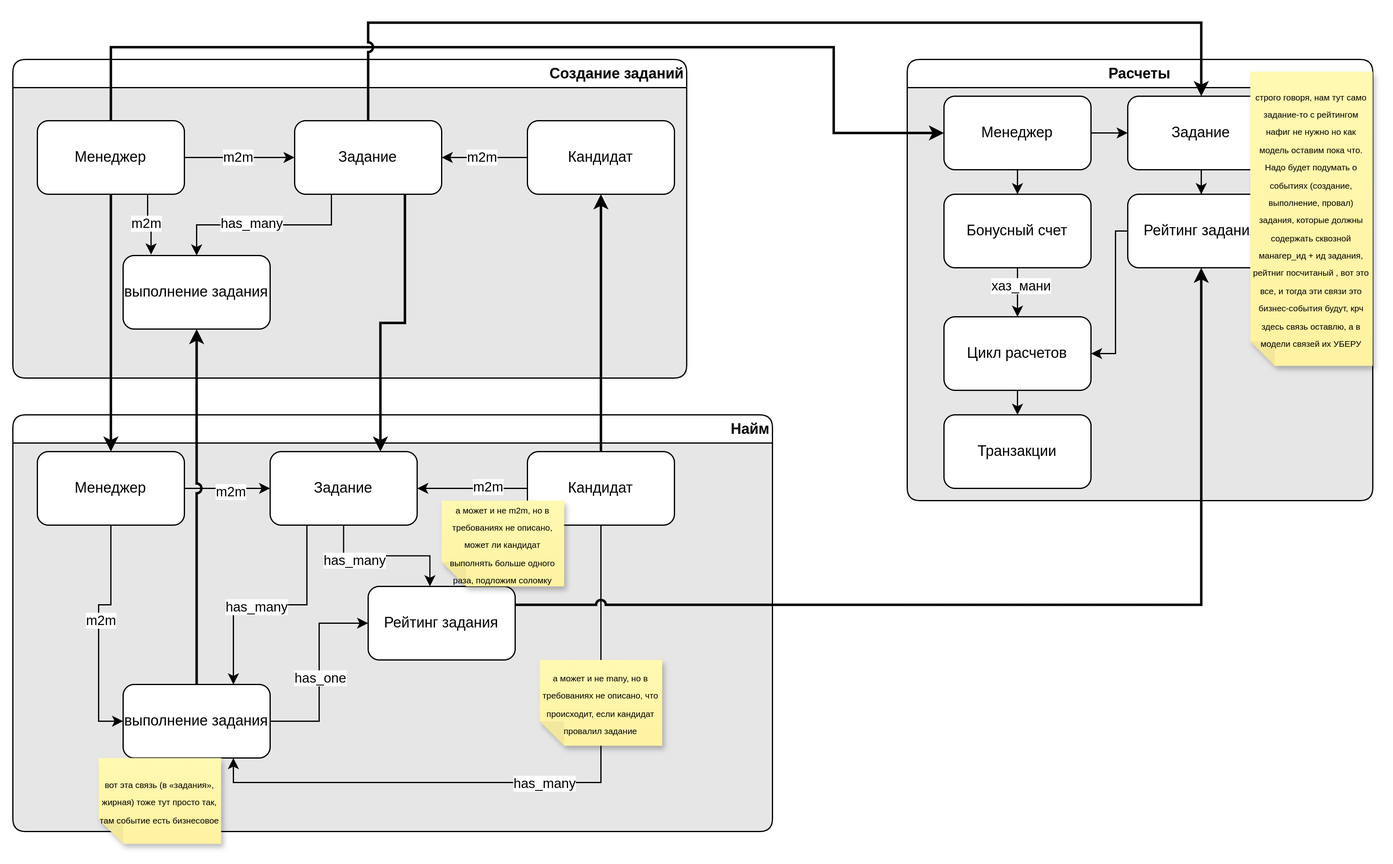
Above: 2/assets/conceptual.drawio.png in teddybear/course_system_communications (draw.io), before the change. Source tidied: cells renumbered, new cells last; positions are measured from the earlier drawing's top-left corner, leaving out a move shared by most shapes.
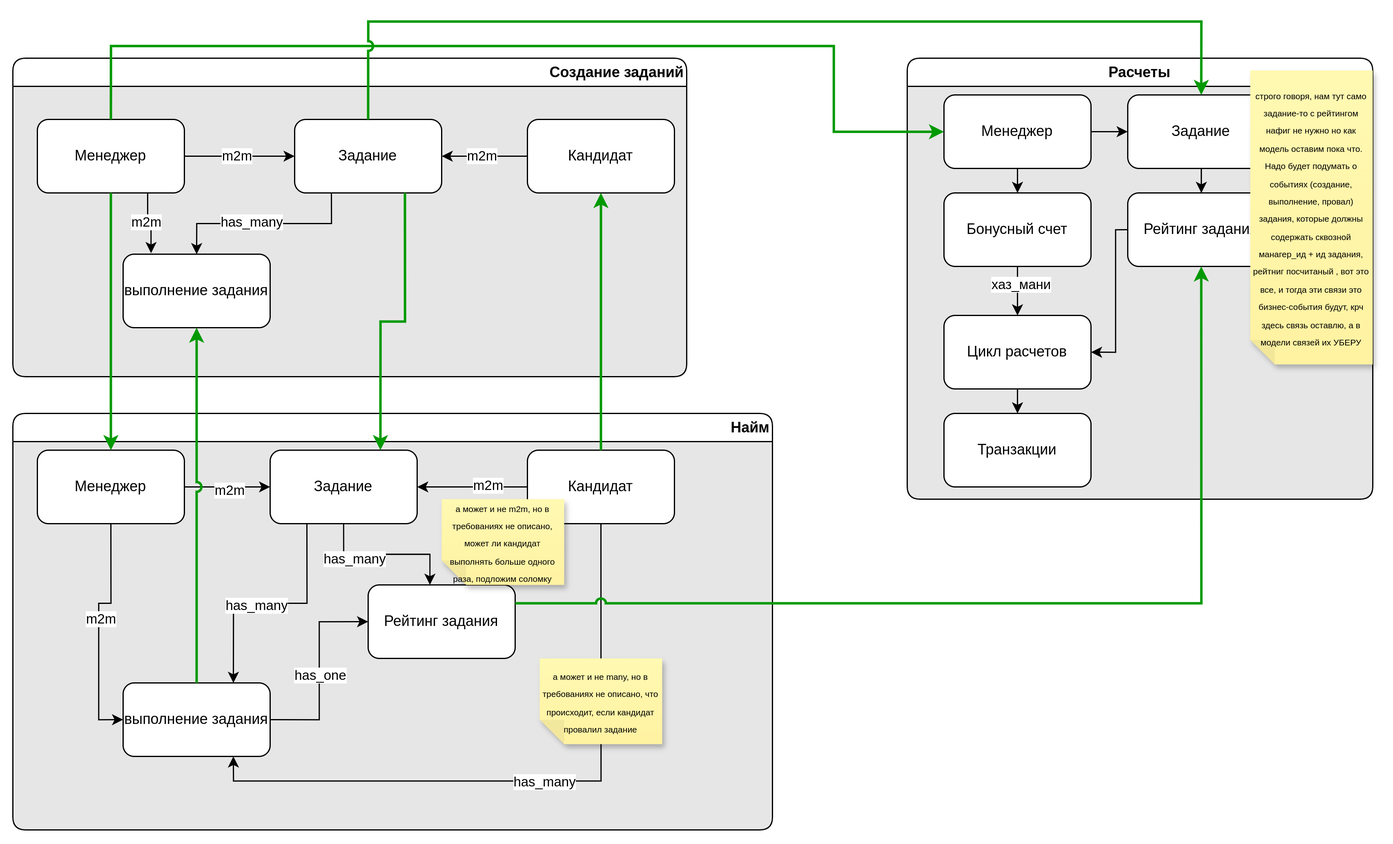
After the change.

Commit message:
Second homework

The edit, as a diff of the source:
```diff
@@ -58,24 +58,24 @@
     <mxCell id="18" style="edgeStyle=orthogonalEdgeStyle;rounded=0;jettySize=auto;html=1;" parent="17" edge="1" source="27" target="25">
       <mxGeometry relative="1" as="geometry" />
     </mxCell>
-    <mxCell id="19" value="m2m" style="edgeLabel;html=1;align=center;verticalAlign=middle;" parent="18" vertex="1">
-      <mxGeometry x="0.09" y="-1" relative="1" as="geometry" />
-    </mxCell>
+    <mxCell id="60" value="m2m" style="edgeLabel;html=1;align=center;verticalAlign=middle;" parent="18" vertex="1">
+      <mxGeometry x="0.09" y="-1" relative="1" as="geometry" />
+    </mxCell>
     <mxCell id="20" style="edgeStyle=orthogonalEdgeStyle;rounded=0;jettySize=auto;html=1;exitX=1;exitY=0.5;exitDx=0;exitDy=0;" parent="17" edge="1" source="22" target="25">
       <mxGeometry relative="1" as="geometry" />
     </mxCell>
-    <mxCell id="21" value="m2m" style="edgeLabel;html=1;align=center;verticalAlign=middle;" parent="20" vertex="1">
-      <mxGeometry x="-0.05" y="1" relative="1" as="geometry" />
-    </mxCell>
+    <mxCell id="61" value="m2m" style="edgeLabel;html=1;align=center;verticalAlign=middle;" parent="20" vertex="1">
+      <mxGeometry x="-0.05" y="1" relative="1" as="geometry" />
+    </mxCell>
     <mxCell id="22" value="Менеджер" style="rounded=1;whiteSpace=wrap;html=1;" parent="17" vertex="1">
       <mxGeometry x="20" y="50" width="120" height="60" as="geometry" />
     </mxCell>
     <mxCell id="23" style="edgeStyle=orthogonalEdgeStyle;rounded=0;jettySize=auto;html=1;exitX=0.25;exitY=1;exitDx=0;exitDy=0;entryX=0.5;entryY=0;entryDx=0;entryDy=0;" parent="17" edge="1" source="25" target="26">
       <mxGeometry relative="1" as="geometry" />
     </mxCell>
-    <mxCell id="24" value="has_many" style="edgeLabel;html=1;align=center;verticalAlign=middle;" parent="23" vertex="1">
-      <mxGeometry x="0.13" y="-2" relative="1" as="geometry" />
-    </mxCell>
+    <mxCell id="62" value="has_many" style="edgeLabel;html=1;align=center;verticalAlign=middle;" parent="23" vertex="1">
+      <mxGeometry x="0.13" y="-2" relative="1" as="geometry" />
+    </mxCell>
     <mxCell id="25" value="Задание" style="rounded=1;whiteSpace=wrap;html=1;" parent="17" vertex="1">
       <mxGeometry x="230" y="50" width="120" height="60" as="geometry" />
     </mxCell>
@@ -88,39 +88,39 @@
     <mxCell id="28" style="edgeStyle=orthogonalEdgeStyle;rounded=0;jettySize=auto;html=1;exitX=0.75;exitY=1;exitDx=0;exitDy=0;entryX=0.19;entryY=-0.014;entryDx=0;entryDy=0;entryPerimeter=0;" parent="17" edge="1" source="22" target="26">
       <mxGeometry relative="1" as="geometry" />
     </mxCell>
-    <mxCell id="29" value="m2m" style="edgeLabel;html=1;align=center;verticalAlign=middle;" parent="28" vertex="1">
-      <mxGeometry x="-0.1" y="-2" relative="1" as="geometry" />
-    </mxCell>
+    <mxCell id="63" value="m2m" style="edgeLabel;html=1;align=center;verticalAlign=middle;" parent="28" vertex="1">
+      <mxGeometry x="-0.1" y="-2" relative="1" as="geometry" />
+    </mxCell>
     <mxCell id="30" value="Найм" style="swimlane;whiteSpace=wrap;html=1;align=right;swimlaneLine=1;rounded=1;perimeterSpacing=0;fillColor=#FFFFFF;swimlaneFillColor=#E6E6E6;" parent="1" vertex="1">
       <mxGeometry y="320" width="620" height="340" as="geometry" />
     </mxCell>
     <mxCell id="31" style="edgeStyle=orthogonalEdgeStyle;rounded=0;jettySize=auto;html=1;exitX=1;exitY=0.5;exitDx=0;exitDy=0;entryX=0;entryY=0.5;entryDx=0;entryDy=0;" parent="30" edge="1" source="35" target="40">
       <mxGeometry relative="1" as="geometry" />
     </mxCell>
-    <mxCell id="32" value="m2m" style="edgeLabel;html=1;align=center;verticalAlign=middle;" parent="31" vertex="1">
-      <mxGeometry x="0.06" y="-2" relative="1" as="geometry" />
-    </mxCell>
+    <mxCell id="64" value="m2m" style="edgeLabel;html=1;align=center;verticalAlign=middle;" parent="31" vertex="1">
+      <mxGeometry x="0.06" y="-2" relative="1" as="geometry" />
+    </mxCell>
     <mxCell id="33" style="edgeStyle=orthogonalEdgeStyle;rounded=0;jettySize=auto;html=1;exitX=0.5;exitY=1;exitDx=0;exitDy=0;entryX=0;entryY=0.5;entryDx=0;entryDy=0;" parent="30" edge="1" source="35" target="44">
       <mxGeometry relative="1" as="geometry" />
     </mxCell>
-    <mxCell id="34" value="m2m" style="edgeLabel;html=1;align=center;verticalAlign=middle;" parent="33" vertex="1">
-      <mxGeometry x="-0.08" y="1" relative="1" as="geometry" />
-    </mxCell>
+    <mxCell id="65" value="m2m" style="edgeLabel;html=1;align=center;verticalAlign=middle;" parent="33" vertex="1">
+      <mxGeometry x="-0.08" y="1" relative="1" as="geometry" />
+    </mxCell>
     <mxCell id="35" value="Менеджер" style="rounded=1;whiteSpace=wrap;html=1;" parent="30" vertex="1">
       <mxGeometry x="20" y="30" width="120" height="60" as="geometry" />
     </mxCell>
     <mxCell id="36" style="edgeStyle=orthogonalEdgeStyle;rounded=0;jettySize=auto;html=1;exitX=0.25;exitY=1;exitDx=0;exitDy=0;entryX=0.75;entryY=0;entryDx=0;entryDy=0;" parent="30" edge="1" source="40" target="44">
       <mxGeometry relative="1" as="geometry" />
     </mxCell>
-    <mxCell id="37" value="has_many" style="edgeLabel;html=1;align=center;verticalAlign=middle;" parent="36" vertex="1">
-      <mxGeometry x="0.12" y="1" relative="1" as="geometry" />
-    </mxCell>
+    <mxCell id="66" value="has_many" style="edgeLabel;html=1;align=center;verticalAlign=middle;" parent="36" vertex="1">
+      <mxGeometry x="0.12" y="1" relative="1" as="geometry" />
+    </mxCell>
     <mxCell id="38" style="edgeStyle=orthogonalEdgeStyle;rounded=0;jettySize=auto;html=1;exitX=0.5;exitY=1;exitDx=0;exitDy=0;entryX=0.42;entryY=-0.002;entryDx=0;entryDy=0;entryPerimeter=0;" parent="30" edge="1" source="40" target="41">
       <mxGeometry relative="1" as="geometry" />
     </mxCell>
-    <mxCell id="39" value="has_many" style="edgeLabel;html=1;align=center;verticalAlign=middle;" parent="38" vertex="1">
-      <mxGeometry x="-0.45" y="-3" relative="1" as="geometry" />
-    </mxCell>
+    <mxCell id="67" value="has_many" style="edgeLabel;html=1;align=center;verticalAlign=middle;" parent="38" vertex="1">
+      <mxGeometry x="-0.45" y="-3" relative="1" as="geometry" />
+    </mxCell>
     <mxCell id="40" value="Задание" style="rounded=1;whiteSpace=wrap;html=1;" parent="30" vertex="1">
       <mxGeometry x="210" y="30" width="120" height="60" as="geometry" />
     </mxCell>
@@ -139,9 +139,9 @@
     <mxCell id="45" style="edgeStyle=orthogonalEdgeStyle;rounded=0;jettySize=auto;html=1;exitX=0;exitY=0.5;exitDx=0;exitDy=0;entryX=1;entryY=0.5;entryDx=0;entryDy=0;" parent="30" edge="1" source="47" target="40">
       <mxGeometry relative="1" as="geometry" />
     </mxCell>
-    <mxCell id="46" value="m2m" style="edgeLabel;html=1;align=center;verticalAlign=middle;" parent="45" vertex="1">
-      <mxGeometry x="-0.27" y="-2" relative="1" as="geometry" />
-    </mxCell>
+    <mxCell id="68" value="m2m" style="edgeLabel;html=1;align=center;verticalAlign=middle;" parent="45" vertex="1">
+      <mxGeometry x="-0.27" y="-2" relative="1" as="geometry" />
+    </mxCell>
     <mxCell id="47" value="Кандидат" style="rounded=1;whiteSpace=wrap;html=1;" parent="30" vertex="1">
       <mxGeometry x="420" y="30" width="120" height="60" as="geometry" />
     </mxCell>
@@ -153,31 +153,28 @@
         </Array>
       </mxGeometry>
     </mxCell>
-    <mxCell id="49" value="has_many" style="edgeLabel;html=1;align=center;verticalAlign=middle;" parent="48" vertex="1">
-      <mxGeometry x="-0.03" relative="1" as="geometry" />
-    </mxCell>
+    <mxCell id="69" value="has_many" style="edgeLabel;html=1;align=center;verticalAlign=middle;" parent="48" vertex="1">
+      <mxGeometry x="-0.03" relative="1" as="geometry" />
+    </mxCell>
     <mxCell id="50" value="&lt;span style=&quot;font-size: 7px;&quot;&gt;а может и не many, но в требованиях не описано, что происходит, если кандидат провалил задание&lt;/span&gt;" style="shape=note;whiteSpace=wrap;html=1;backgroundOutline=1;fontColor=#000000;darkOpacity=0.05;fillColor=#FFF9B2;strokeColor=none;fillStyle=solid;direction=west;gradientDirection=north;gradientColor=#FFF2A1;shadow=1;size=20;" parent="30" vertex="1">
       <mxGeometry x="430" y="200" width="100" height="70" as="geometry" />
     </mxCell>
     <mxCell id="51" value="&lt;span style=&quot;font-size: 7px;&quot;&gt;а может и не m2m, но в требованиях не описано, может ли кандидат выполнять больше одного раза, подложим соломку&lt;/span&gt;" style="shape=note;whiteSpace=wrap;html=1;backgroundOutline=1;fontColor=#000000;darkOpacity=0.05;fillColor=#FFF9B2;strokeColor=none;fillStyle=solid;direction=west;gradientDirection=north;gradientColor=#FFF2A1;shadow=1;size=20;" parent="30" vertex="1">
       <mxGeometry x="350" y="70" width="100" height="70" as="geometry" />
     </mxCell>
-    <mxCell id="52" value="&lt;span style=&quot;font-size: 7px;&quot;&gt;вот эта связь (в «задания», жирная) тоже тут просто так, там событие есть бизнесовое&lt;/span&gt;" style="shape=note;whiteSpace=wrap;html=1;backgroundOutline=1;fontColor=#000000;darkOpacity=0.05;fillColor=#FFF9B2;strokeColor=none;fillStyle=solid;direction=west;gradientDirection=north;gradientColor=#FFF2A1;shadow=1;size=20;" parent="30" vertex="1">
-      <mxGeometry x="70" y="280" width="100" height="70" as="geometry" />
-    </mxCell>
-    <mxCell id="53" style="edgeStyle=orthogonalEdgeStyle;rounded=0;jettySize=auto;html=1;exitX=0.5;exitY=1;exitDx=0;exitDy=0;strokeWidth=2;jumpStyle=arc;" parent="1" edge="1" source="22" target="35">
+    <mxCell id="53" style="edgeStyle=orthogonalEdgeStyle;rounded=0;jettySize=auto;html=1;exitX=0.5;exitY=1;exitDx=0;exitDy=0;strokeWidth=2;jumpStyle=arc;strokeColor=#009900;" parent="1" edge="1" source="22" target="35">
       <mxGeometry relative="1" as="geometry" />
     </mxCell>
-    <mxCell id="54" style="edgeStyle=orthogonalEdgeStyle;rounded=0;jettySize=auto;html=1;exitX=0.75;exitY=1;exitDx=0;exitDy=0;strokeWidth=2;jumpStyle=arc;entryX=0.75;entryY=0;entryDx=0;entryDy=0;strokeColor=default;curved=0;" parent="1" edge="1" source="25" target="40">
+    <mxCell id="54" style="edgeStyle=orthogonalEdgeStyle;rounded=0;jettySize=auto;html=1;exitX=0.75;exitY=1;exitDx=0;exitDy=0;strokeWidth=2;jumpStyle=arc;entryX=0.75;entryY=0;entryDx=0;entryDy=0;strokeColor=#009900;curved=0;" parent="1" edge="1" source="25" target="40">
       <mxGeometry relative="1" as="geometry" />
     </mxCell>
-    <mxCell id="55" style="edgeStyle=orthogonalEdgeStyle;rounded=0;jettySize=auto;html=1;entryX=0.5;entryY=1;entryDx=0;entryDy=0;strokeWidth=2;jumpStyle=arc;exitX=0.5;exitY=0;exitDx=0;exitDy=0;" parent="1" edge="1" source="44" target="26">
+    <mxCell id="55" style="edgeStyle=orthogonalEdgeStyle;rounded=0;jettySize=auto;html=1;entryX=0.5;entryY=1;entryDx=0;entryDy=0;strokeWidth=2;jumpStyle=arc;exitX=0.5;exitY=0;exitDx=0;exitDy=0;strokeColor=#009900;" parent="1" edge="1" source="44" target="26">
       <mxGeometry relative="1" as="geometry" />
     </mxCell>
-    <mxCell id="56" style="edgeStyle=orthogonalEdgeStyle;rounded=0;jettySize=auto;html=1;exitX=0.5;exitY=0;exitDx=0;exitDy=0;entryX=0.5;entryY=1;entryDx=0;entryDy=0;strokeWidth=2;jumpStyle=arc;" parent="1" edge="1" source="47" target="27">
+    <mxCell id="56" style="edgeStyle=orthogonalEdgeStyle;rounded=0;jettySize=auto;html=1;exitX=0.5;exitY=0;exitDx=0;exitDy=0;entryX=0.5;entryY=1;entryDx=0;entryDy=0;strokeWidth=2;jumpStyle=arc;strokeColor=#009900;" parent="1" edge="1" source="47" target="27">
       <mxGeometry relative="1" as="geometry" />
     </mxCell>
-    <mxCell id="57" style="edgeStyle=orthogonalEdgeStyle;rounded=0;jettySize=auto;html=1;exitX=0.5;exitY=0;exitDx=0;exitDy=0;strokeWidth=2;jumpStyle=arc;" parent="1" edge="1" source="22" target="5">
+    <mxCell id="57" style="edgeStyle=orthogonalEdgeStyle;rounded=0;jettySize=auto;html=1;exitX=0.5;exitY=0;exitDx=0;exitDy=0;strokeWidth=2;jumpStyle=arc;strokeColor=#009900;" parent="1" edge="1" source="22" target="5">
       <mxGeometry relative="1" as="geometry">
         <Array as="points">
           <mxPoint x="80" y="20" />
@@ -186,10 +183,10 @@
         </Array>
       </mxGeometry>
     </mxCell>
-    <mxCell id="58" style="edgeStyle=orthogonalEdgeStyle;rounded=0;jettySize=auto;html=1;entryX=0.5;entryY=1;entryDx=0;entryDy=0;strokeWidth=2;jumpStyle=arc;exitX=1;exitY=0.25;exitDx=0;exitDy=0;" parent="1" edge="1" source="41" target="12">
+    <mxCell id="58" style="edgeStyle=orthogonalEdgeStyle;rounded=0;jettySize=auto;html=1;entryX=0.5;entryY=1;entryDx=0;entryDy=0;strokeWidth=2;jumpStyle=arc;exitX=1;exitY=0.25;exitDx=0;exitDy=0;strokeColor=#009900;" parent="1" edge="1" source="41" target="12">
       <mxGeometry relative="1" as="geometry" />
     </mxCell>
-    <mxCell id="59" style="edgeStyle=orthogonalEdgeStyle;rounded=0;jettySize=auto;html=1;exitX=0.5;exitY=0;exitDx=0;exitDy=0;strokeWidth=2;jumpStyle=arc;entryX=0.5;entryY=0;entryDx=0;entryDy=0;" parent="1" edge="1" source="25" target="14">
+    <mxCell id="59" style="edgeStyle=orthogonalEdgeStyle;rounded=0;jettySize=auto;html=1;exitX=0.5;exitY=0;exitDx=0;exitDy=0;strokeWidth=2;jumpStyle=arc;entryX=0.5;entryY=0;entryDx=0;entryDy=0;strokeColor=#009900;" parent="1" edge="1" source="25" target="14">
       <mxGeometry relative="1" as="geometry">
         <Array as="points">
           <mxPoint x="290" />
```
